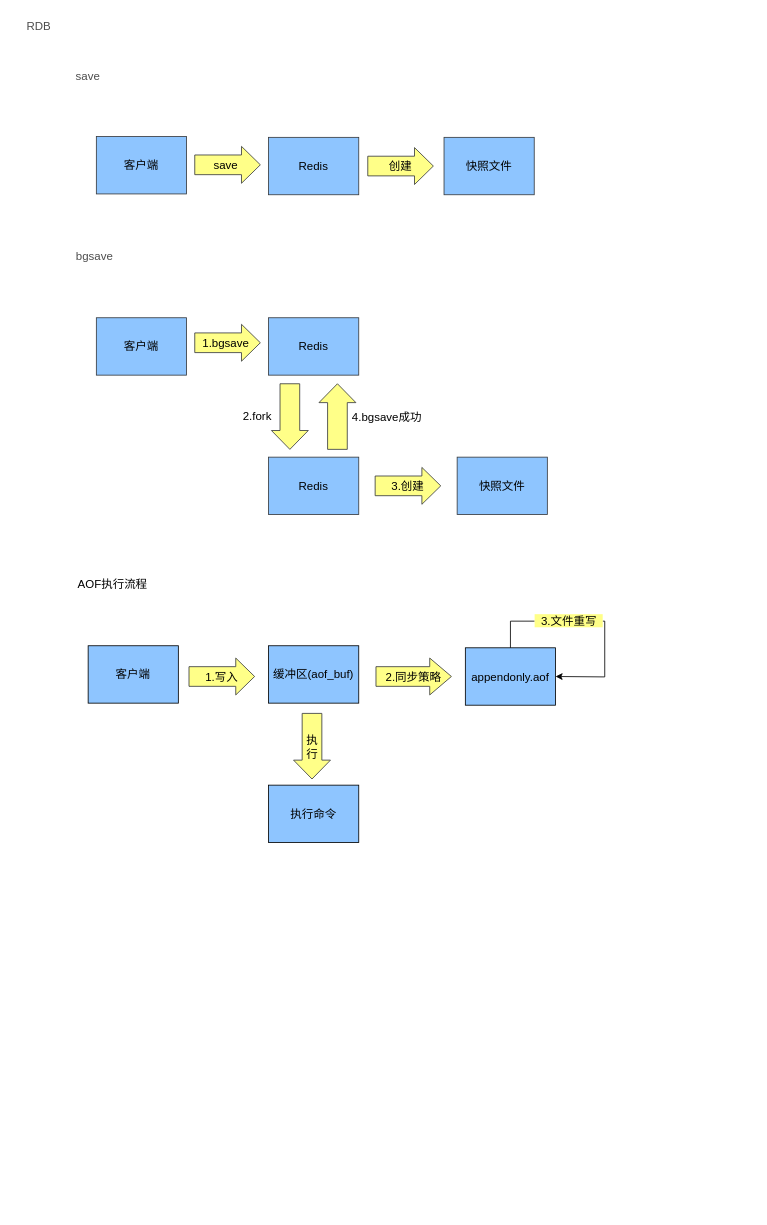
Earlier version of the draw.io diagram page "Redis持久化" (8 of 8) of Redis/Redis.drawio (zhangyuying-cn/images). Source tidied: cells renumbered, new cells numbered last; positions are measured from the earlier drawing's top-left corner, leaving out a move shared by most shapes. Both pictures are drawn from the tidied source at 82%, with x=0, y=0 at pixel (14, 14).
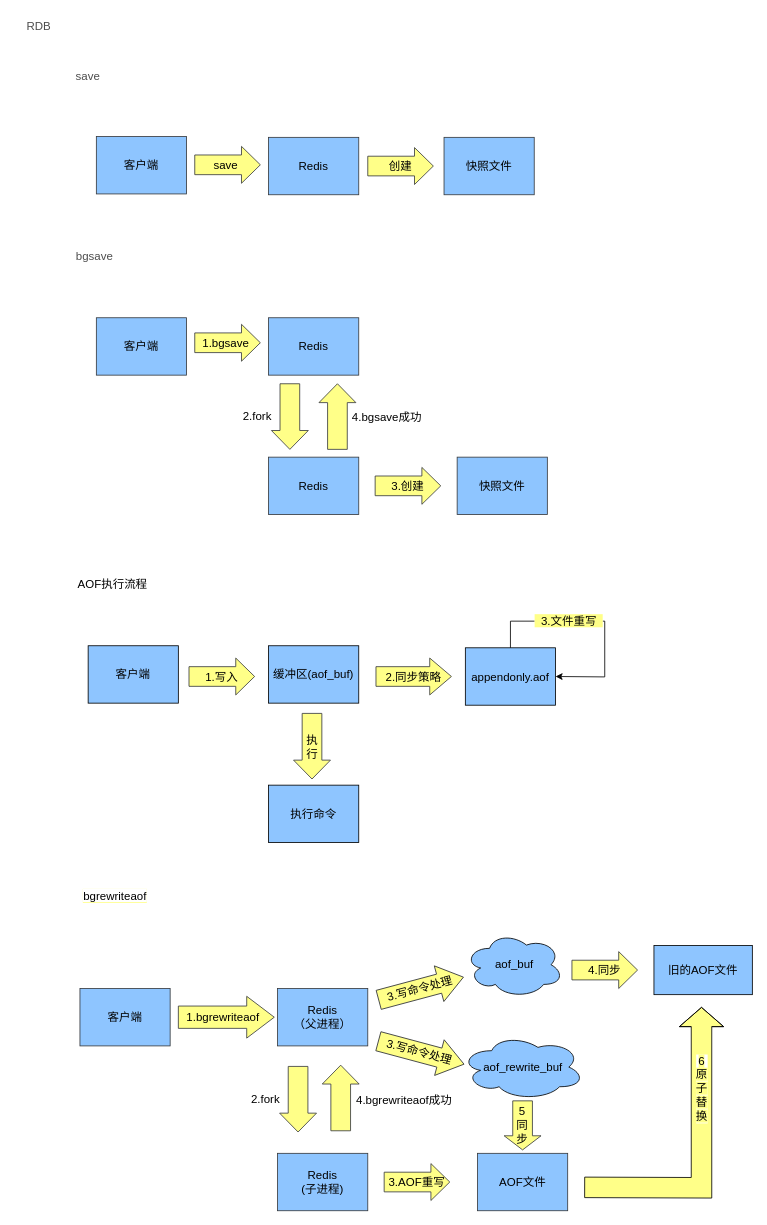
Above is the later version.

Commit message (it also covers changes not shown here):
AOF-bgrewiteaof

The edit, as a diff of the source:
```diff
@@
+    <mxCell id="30" value="&lt;span style=&quot;background-color: rgb(255, 255, 255);&quot;&gt;bgrewriteaof&lt;/span&gt;" style="text;html=1;strokeColor=none;fillColor=none;align=center;verticalAlign=middle;whiteSpace=wrap;rounded=0;labelBackgroundColor=#FFFF88;fontFamily=Helvetica;fontSize=14;fontColor=#000000;" parent="1" vertex="1">
+      <mxGeometry x="68" y="1060" width="110" height="30" as="geometry" />
+    </mxCell>
+    <mxCell id="31" value="客户端" style="rounded=0;whiteSpace=wrap;html=1;fontFamily=Helvetica;fontSize=14;strokeWidth=1;fillColor=#8EC5FF;strokeColor=#36393d;" parent="1" vertex="1">
+      <mxGeometry x="80" y="1188" width="110" height="70" as="geometry" />
+    </mxCell>
+    <mxCell id="32" value="Redis&lt;br&gt;（父进程）" style="rounded=0;whiteSpace=wrap;html=1;fontFamily=Helvetica;fontSize=14;strokeWidth=1;fillColor=#8EC5FF;strokeColor=#36393d;" parent="1" vertex="1">
+      <mxGeometry x="321" y="1188" width="110" height="70" as="geometry" />
+    </mxCell>
+    <mxCell id="33" value="AOF文件" style="rounded=0;whiteSpace=wrap;html=1;fontFamily=Helvetica;fontSize=14;strokeWidth=1;fillColor=#8EC5FF;strokeColor=#36393d;" parent="1" vertex="1">
+      <mxGeometry x="564.8" y="1389" width="110" height="70" as="geometry" />
+    </mxCell>
+    <mxCell id="34" value="1.bgrewriteaof&amp;nbsp;&amp;nbsp;" style="shape=singleArrow;whiteSpace=wrap;html=1;rounded=0;labelBackgroundColor=none;fontFamily=Helvetica;fontSize=14;strokeColor=#36393d;strokeWidth=1;fillColor=#ffff88;arrowWidth=0.5333333333333333;arrowSize=0.2875;" parent="1" vertex="1">
+      <mxGeometry x="200" y="1197.5" width="117" height="51" as="geometry" />
+    </mxCell>
+    <mxCell id="35" value="3.AOF重写" style="shape=singleArrow;whiteSpace=wrap;html=1;rounded=0;labelBackgroundColor=none;fontFamily=Helvetica;fontSize=14;strokeColor=#36393d;strokeWidth=1;fillColor=#ffff88;arrowWidth=0.5333333333333333;arrowSize=0.2875;" parent="1" vertex="1">
+      <mxGeometry x="451" y="1401.5" width="80" height="45" as="geometry" />
+    </mxCell>
+    <mxCell id="36" value="Redis&lt;br&gt;(子进程)" style="rounded=0;whiteSpace=wrap;html=1;fontFamily=Helvetica;fontSize=14;strokeWidth=1;fillColor=#8EC5FF;strokeColor=#36393d;" parent="1" vertex="1">
+      <mxGeometry x="321" y="1389" width="110" height="70" as="geometry" />
+    </mxCell>
+    <mxCell id="37" style="shape=singleArrow;whiteSpace=wrap;html=1;rounded=0;labelBackgroundColor=none;fontFamily=Helvetica;fontSize=14;strokeColor=#36393d;strokeWidth=1;fillColor=#ffff88;arrowWidth=0.5333333333333333;arrowSize=0.2875;rotation=90;" parent="1" vertex="1">
+      <mxGeometry x="306" y="1300.5" width="80" height="45" as="geometry" />
+    </mxCell>
+    <mxCell id="38" value="2.fork" style="text;html=1;strokeColor=none;fillColor=none;align=center;verticalAlign=middle;whiteSpace=wrap;rounded=0;labelBackgroundColor=none;fontFamily=Helvetica;fontSize=14;fontColor=#000000;" parent="1" vertex="1">
+      <mxGeometry x="280" y="1307.5" width="53" height="30" as="geometry" />
+    </mxCell>
+    <mxCell id="39" value="旧的AOF文件" style="rounded=0;whiteSpace=wrap;html=1;labelBackgroundColor=none;fontFamily=Helvetica;fontSize=14;fontColor=#000000;strokeColor=#000000;strokeWidth=1;fillColor=#8EC5FF;gradientColor=none;" parent="1" vertex="1">
+      <mxGeometry x="780" y="1135.5" width="120" height="60" as="geometry" />
+    </mxCell>
+    <mxCell id="40" value="aof_buf" style="ellipse;shape=cloud;whiteSpace=wrap;html=1;rounded=0;labelBackgroundColor=none;fontFamily=Helvetica;fontSize=14;fontColor=#000000;strokeColor=#000000;strokeWidth=1;fillColor=#8EC5FF;gradientColor=none;" parent="1" vertex="1">
+      <mxGeometry x="549.5" y="1119" width="120" height="80" as="geometry" />
+    </mxCell>
+    <mxCell id="41" value="aof_rewrite_buf" style="ellipse;shape=cloud;whiteSpace=wrap;html=1;rounded=0;labelBackgroundColor=none;fontFamily=Helvetica;fontSize=14;fontColor=#000000;strokeColor=#000000;strokeWidth=1;fillColor=#8EC5FF;gradientColor=none;" parent="1" vertex="1">
+      <mxGeometry x="544.5" y="1243.8" width="150.5" height="80" as="geometry" />
+    </mxCell>
+    <mxCell id="42" value="3.写命令处理&amp;nbsp;" style="shape=singleArrow;whiteSpace=wrap;html=1;rounded=0;labelBackgroundColor=none;fontFamily=Helvetica;fontSize=14;strokeColor=#36393d;strokeWidth=1;fillColor=#ffff88;arrowWidth=0.5333333333333333;arrowSize=0.2875;rotation=-15;" parent="1" vertex="1">
+      <mxGeometry x="442.5" y="1165.5" width="107" height="45" as="geometry" />
+    </mxCell>
+    <mxCell id="43" value="3.写命令处理&amp;nbsp;" style="shape=singleArrow;whiteSpace=wrap;html=1;rounded=0;labelBackgroundColor=none;fontFamily=Helvetica;fontSize=14;strokeColor=#36393d;strokeWidth=1;fillColor=#ffff88;arrowWidth=0.5333333333333333;arrowSize=0.2875;rotation=15;" parent="1" vertex="1">
+      <mxGeometry x="442.1" y="1243.8" width="108.1" height="45" as="geometry" />
+    </mxCell>
+    <mxCell id="44" value="4.同步" style="shape=singleArrow;whiteSpace=wrap;html=1;rounded=0;labelBackgroundColor=none;fontFamily=Helvetica;fontSize=14;strokeColor=#36393d;strokeWidth=1;fillColor=#ffff88;arrowWidth=0.5333333333333333;arrowSize=0.2875;" parent="1" vertex="1">
+      <mxGeometry x="680" y="1143" width="80" height="45" as="geometry" />
+    </mxCell>
+    <mxCell id="45" style="shape=singleArrow;whiteSpace=wrap;html=1;rounded=0;labelBackgroundColor=none;fontFamily=Helvetica;fontSize=14;strokeColor=#36393d;strokeWidth=1;fillColor=#ffff88;arrowWidth=0.5333333333333333;arrowSize=0.2875;rotation=-90;" parent="1" vertex="1">
+      <mxGeometry x="358" y="1299" width="80" height="45" as="geometry" />
+    </mxCell>
+    <mxCell id="46" value="4.bgrewriteaof成功" style="text;html=1;strokeColor=none;fillColor=none;align=center;verticalAlign=middle;whiteSpace=wrap;rounded=0;labelBackgroundColor=none;fontFamily=Helvetica;fontSize=14;fontColor=#000000;" parent="1" vertex="1">
+      <mxGeometry x="411" y="1309" width="129" height="30" as="geometry" />
+    </mxCell>
+    <mxCell id="47" value="5&lt;br&gt;同&lt;br&gt;步" style="shape=singleArrow;whiteSpace=wrap;html=1;rounded=0;labelBackgroundColor=none;fontFamily=Helvetica;fontSize=14;strokeColor=#36393d;strokeWidth=1;fillColor=#ffff88;arrowWidth=0.5333333333333333;arrowSize=0.2875;direction=south;" parent="1" vertex="1">
+      <mxGeometry x="597.3" y="1325" width="45" height="59.8" as="geometry" />
+    </mxCell>
+    <mxCell id="48" style="shape=flexArrow;endArrow=classic;html=1;rounded=0;labelBackgroundColor=#FFFFFF;fontFamily=Helvetica;fontSize=14;fontColor=#000000;strokeColor=#000000;fillColor=#FFFF88;endWidth=28;endSize=7.5;width=25;" parent="1" edge="1">
+      <mxGeometry relative="1" as="geometry">
+        <mxPoint x="695" y="1430.5" as="sourcePoint" />
+        <mxPoint x="838" y="1210.5" as="targetPoint" />
+        <Array as="points">
+          <mxPoint x="838" y="1431" />
+        </Array>
+      </mxGeometry>
+    </mxCell>
+    <mxCell id="49" value="&lt;span style=&quot;background-color: rgb(255, 255, 136);&quot;&gt;6&lt;br&gt;原&lt;br&gt;子&lt;br&gt;替&lt;br&gt;换&lt;/span&gt;" style="edgeLabel;html=1;align=center;verticalAlign=middle;fontSize=14;fontFamily=Helvetica;fontColor=#000000;" parent="48" vertex="1">
+      <mxGeometry x="0.55" relative="1" as="geometry">
+        <mxPoint x="-1" y="17" as="offset" />
+      </mxGeometry>
+    </mxCell>
```
